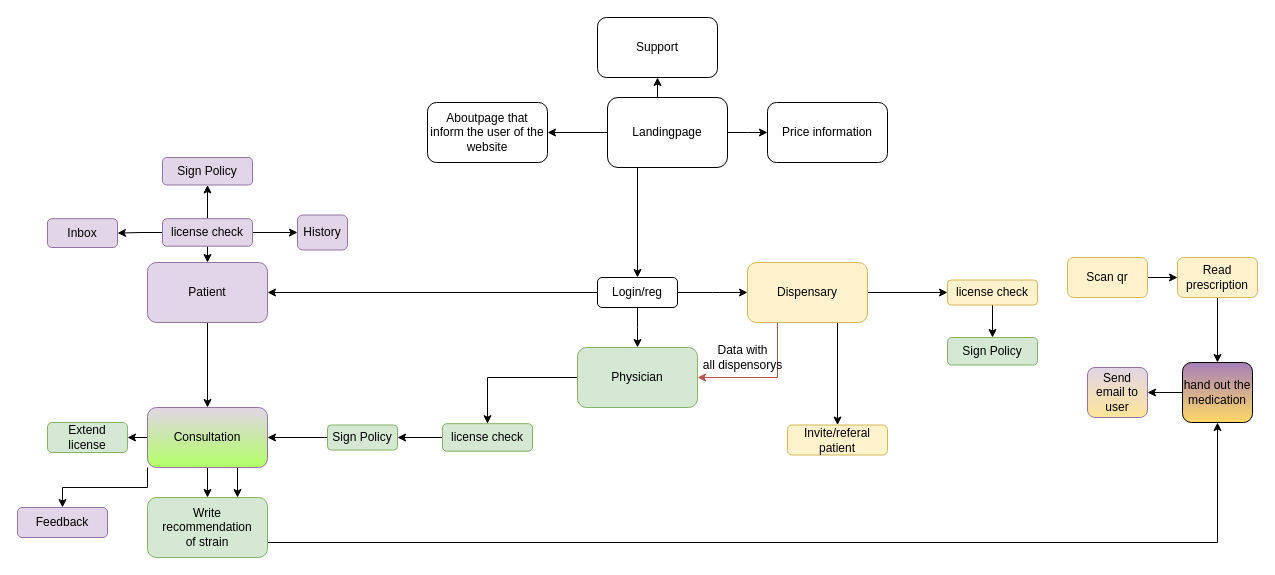
The draw.io diagram page "Candis" (2 of 8) of docs/ui/Untitled Diagram.drawio in devopsw18/docs, before the edit. Source tidied: cells renumbered, new cells numbered last; positions are measured from the earlier drawing's top-left corner, leaving out a move shared by most shapes. Both pictures are drawn from the tidied source at 100%, with x=0, y=0 at pixel (17, 17).
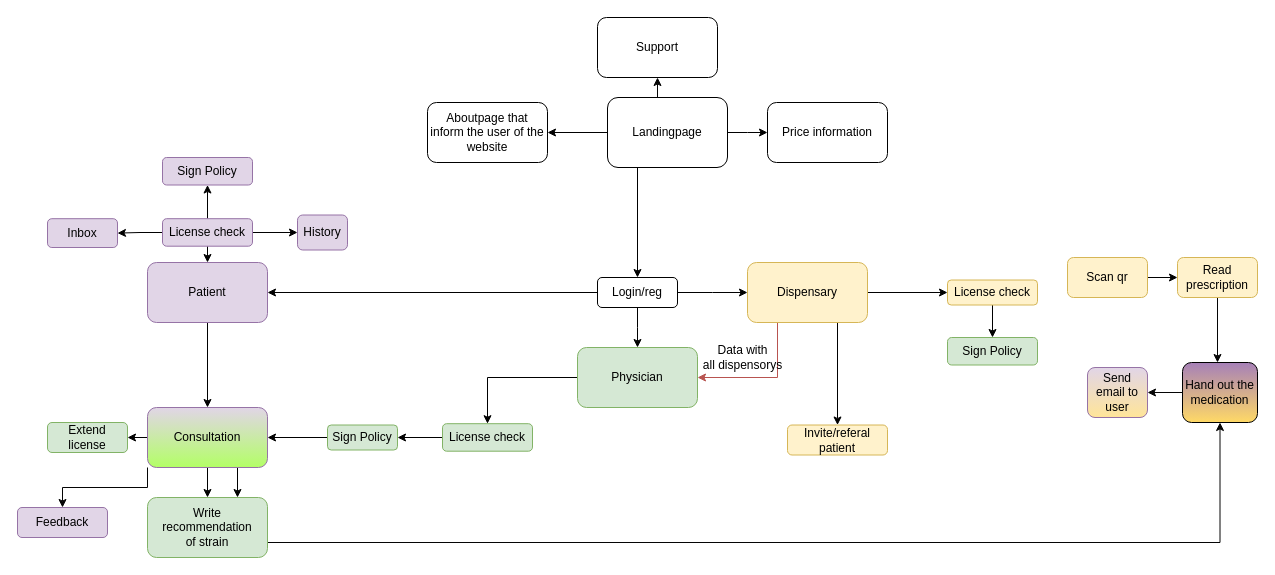
Above is the later version.

The edit, as a diff of the source:
```diff
@@
-    <mxCell id="38" value="license check" style="rounded=1;whiteSpace=wrap;html=1;fillColor=#e1d5e7;strokeColor=#9673a6;" parent="1" vertex="1">
+    <mxCell id="38" value="License check" style="rounded=1;whiteSpace=wrap;html=1;fillColor=#e1d5e7;strokeColor=#9673a6;" parent="1" vertex="1">
       <mxGeometry x="145" y="201.2" width="90" height="27.5" as="geometry" />
     </mxCell>
@@
-    <mxCell id="43" value="hand out the medication" style="rounded=1;whiteSpace=wrap;html=1;gradientColor=#FFD966;fillColor=#A680B8;" parent="1" vertex="1">
-      <mxGeometry x="1165" y="345" width="70" height="60" as="geometry" />
+    <mxCell id="43" value="Hand out the medication" style="rounded=1;whiteSpace=wrap;html=1;gradientColor=#FFD966;fillColor=#A680B8;" parent="1" vertex="1">
+      <mxGeometry x="1165" y="345" width="75" height="60" as="geometry" />
     </mxCell>
@@
-    <mxCell id="51" value="license check" style="whiteSpace=wrap;html=1;fillColor=#fff2cc;strokeColor=#d6b656;rounded=1;" parent="1" vertex="1">
+    <mxCell id="51" value="License check" style="whiteSpace=wrap;html=1;fillColor=#fff2cc;strokeColor=#d6b656;rounded=1;" parent="1" vertex="1">
       <mxGeometry x="930" y="262.5" width="90" height="25" as="geometry" />
     </mxCell>
@@
-    <mxCell id="53" value="license check" style="rounded=1;whiteSpace=wrap;html=1;fillColor=#d5e8d4;strokeColor=#82b366;" parent="1" vertex="1">
+    <mxCell id="53" value="License check" style="rounded=1;whiteSpace=wrap;html=1;fillColor=#d5e8d4;strokeColor=#82b366;" parent="1" vertex="1">
       <mxGeometry x="425" y="406.2" width="90" height="27.5" as="geometry" />
     </mxCell>
```
